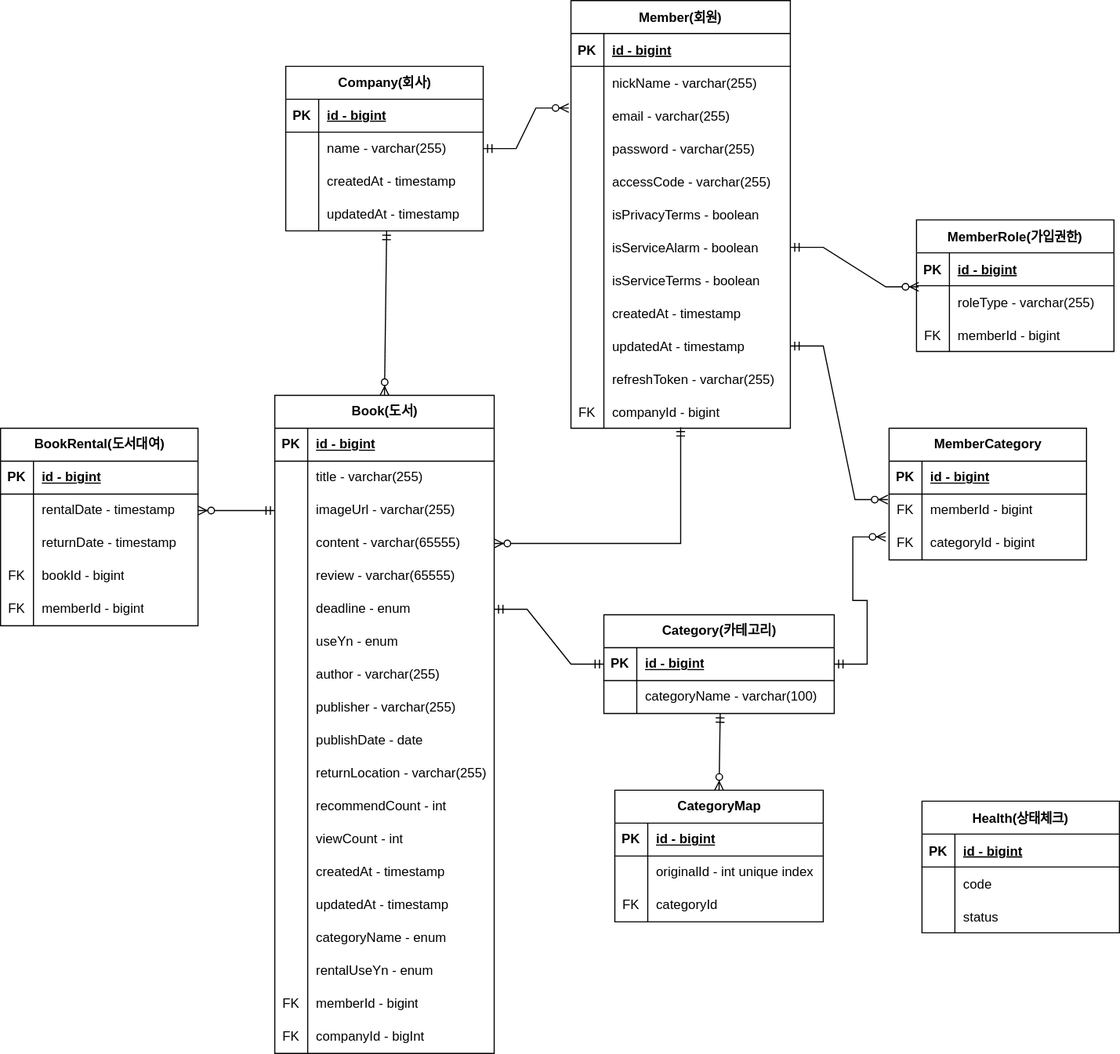
The draw.io diagram document/litarary.drawio.svg in dukki-labs/litarary, before a commit. Source tidied: cells renumbered, new cells last; positions are measured from the earlier drawing's top-left corner, leaving out a move shared by most shapes.
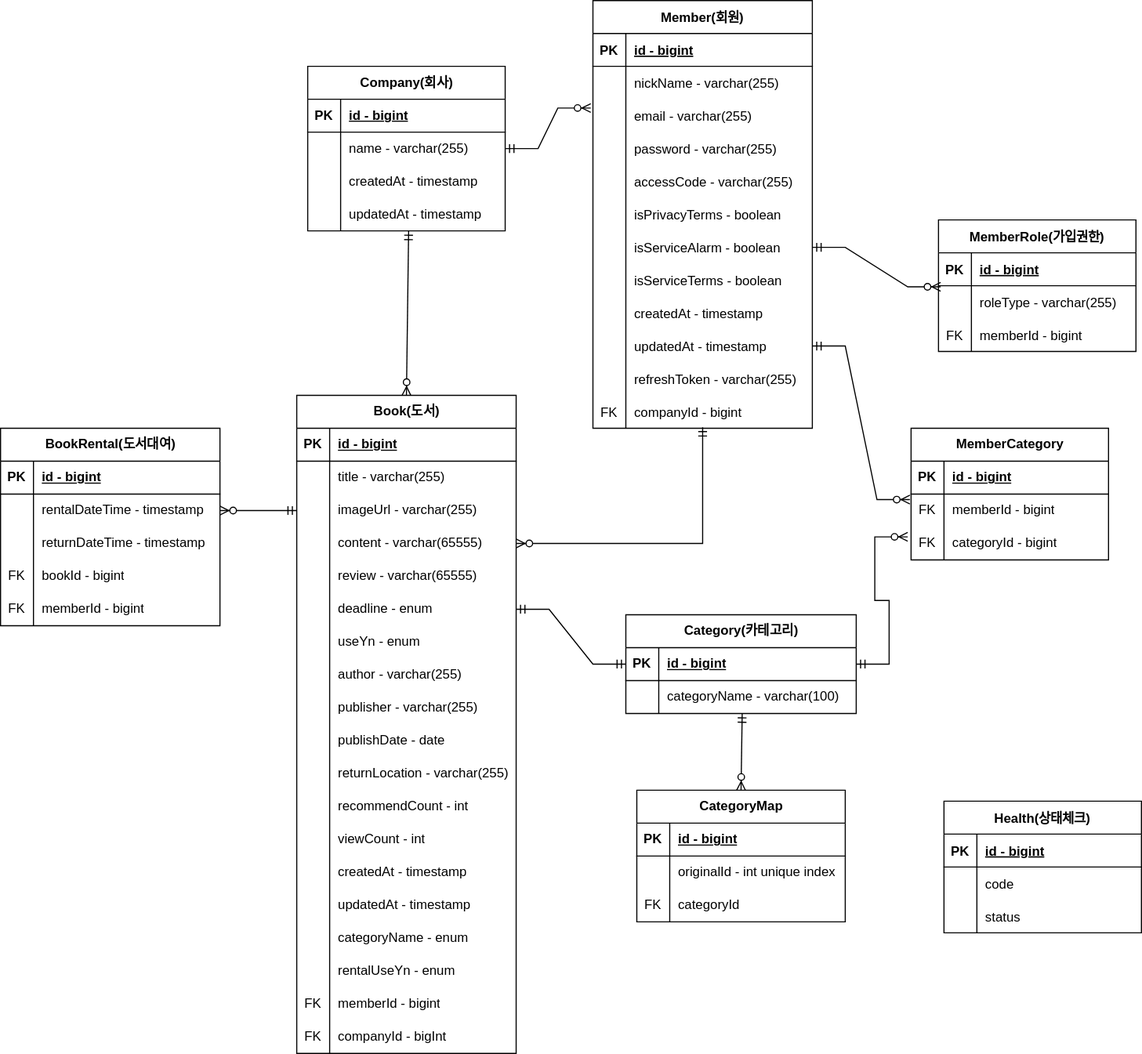
Later version of the same file.

Commit message:
# Conflicts: #	document/litarary.drawio.svg

Change to the diagram source:
```diff
@@ -405,52 +405,52 @@
       <mxGeometry x="30" width="170" height="30" as="geometry" />
     </mxCell>
     <mxCell id="136" value="BookRental(도서대여)" style="shape=table;startSize=30;rowLines=0;fontStyle=1;align=center;html=1;" parent="1" vertex="1">
-      <mxGeometry y="390" width="180" height="180" as="geometry" />
+      <mxGeometry x="-20" y="390" width="200" height="180" as="geometry" />
     </mxCell>
     <mxCell id="137" style="shape=tableRow;horizontal=0;startSize=0;swimlaneHead=0;swimlaneBody=0;fillColor=none;top=0;left=0;right=0;bottom=1;" parent="136" vertex="1">
-      <mxGeometry y="30" width="180" height="30" as="geometry" />
+      <mxGeometry y="30" width="200" height="30" as="geometry" />
     </mxCell>
     <mxCell id="138" value="PK" style="shape=partialRectangle;fillColor=none;top=0;left=0;bottom=0;right=0;fontStyle=1;overflow=hidden;whiteSpace=wrap;html=1;" parent="137" vertex="1">
       <mxGeometry width="30" height="30" as="geometry" />
     </mxCell>
     <mxCell id="139" value="id - bigint" style="shape=partialRectangle;fillColor=none;top=0;left=0;bottom=0;right=0;align=left;spacingLeft=6;fontStyle=5;overflow=hidden;whiteSpace=wrap;html=1;" parent="137" vertex="1">
-      <mxGeometry x="30" width="150" height="30" as="geometry" />
+      <mxGeometry x="30" width="170" height="30" as="geometry" />
     </mxCell>
     <mxCell id="140" style="shape=tableRow;horizontal=0;startSize=0;swimlaneHead=0;swimlaneBody=0;fillColor=none;points=[[0,0.5],[1,0.5]];portConstraint=eastwest;top=0;left=0;right=0;bottom=0;" parent="136" vertex="1">
-      <mxGeometry y="60" width="180" height="30" as="geometry" />
+      <mxGeometry y="60" width="200" height="30" as="geometry" />
     </mxCell>
     <mxCell id="141" style="shape=partialRectangle;fillColor=none;top=0;left=0;bottom=0;right=0;overflow=hidden;whiteSpace=wrap;html=1;" parent="140" vertex="1">
       <mxGeometry width="30" height="30" as="geometry" />
     </mxCell>
-    <mxCell id="142" value="&lt;div&gt;rentalDate - timestamp&lt;/div&gt;" style="shape=partialRectangle;fillColor=none;top=0;left=0;bottom=0;right=0;align=left;spacingLeft=6;overflow=hidden;whiteSpace=wrap;html=1;" parent="140" vertex="1">
-      <mxGeometry x="30" width="150" height="30" as="geometry" />
+    <mxCell id="142" value="&lt;div&gt;rentalDateTime - timestamp&lt;/div&gt;" style="shape=partialRectangle;fillColor=none;top=0;left=0;bottom=0;right=0;align=left;spacingLeft=6;overflow=hidden;whiteSpace=wrap;html=1;" parent="140" vertex="1">
+      <mxGeometry x="30" width="170" height="30" as="geometry" />
     </mxCell>
     <mxCell id="143" style="shape=tableRow;horizontal=0;startSize=0;swimlaneHead=0;swimlaneBody=0;fillColor=none;top=0;left=0;right=0;bottom=0;" parent="136" vertex="1">
-      <mxGeometry y="90" width="180" height="30" as="geometry" />
+      <mxGeometry y="90" width="200" height="30" as="geometry" />
     </mxCell>
     <mxCell id="144" style="shape=partialRectangle;fillColor=none;top=0;left=0;bottom=0;right=0;overflow=hidden;whiteSpace=wrap;html=1;" parent="143" vertex="1">
       <mxGeometry width="30" height="30" as="geometry" />
     </mxCell>
-    <mxCell id="145" value="returnDate - timestamp" style="shape=partialRectangle;fillColor=none;top=0;left=0;bottom=0;right=0;align=left;spacingLeft=6;overflow=hidden;whiteSpace=wrap;html=1;" parent="143" vertex="1">
-      <mxGeometry x="30" width="150" height="30" as="geometry" />
+    <mxCell id="145" value="returnDateTime - timestamp" style="shape=partialRectangle;fillColor=none;top=0;left=0;bottom=0;right=0;align=left;spacingLeft=6;overflow=hidden;whiteSpace=wrap;html=1;" parent="143" vertex="1">
+      <mxGeometry x="30" width="170" height="30" as="geometry" />
     </mxCell>
     <mxCell id="146" style="shape=tableRow;horizontal=0;startSize=0;swimlaneHead=0;swimlaneBody=0;fillColor=none;top=0;left=0;right=0;bottom=0;" parent="136" vertex="1">
-      <mxGeometry y="120" width="180" height="30" as="geometry" />
+      <mxGeometry y="120" width="200" height="30" as="geometry" />
     </mxCell>
     <mxCell id="147" value="FK" style="shape=partialRectangle;fillColor=none;top=0;left=0;bottom=0;right=0;overflow=hidden;whiteSpace=wrap;html=1;" parent="146" vertex="1">
       <mxGeometry width="30" height="30" as="geometry" />
     </mxCell>
     <mxCell id="148" value="bookId - bigint" style="shape=partialRectangle;fillColor=none;top=0;left=0;bottom=0;right=0;align=left;spacingLeft=6;overflow=hidden;whiteSpace=wrap;html=1;" parent="146" vertex="1">
-      <mxGeometry x="30" width="150" height="30" as="geometry" />
+      <mxGeometry x="30" width="170" height="30" as="geometry" />
     </mxCell>
     <mxCell id="149" style="shape=tableRow;horizontal=0;startSize=0;swimlaneHead=0;swimlaneBody=0;fillColor=none;top=0;left=0;right=0;bottom=0;" parent="136" vertex="1">
-      <mxGeometry y="150" width="180" height="30" as="geometry" />
+      <mxGeometry y="150" width="200" height="30" as="geometry" />
     </mxCell>
     <mxCell id="150" value="FK" style="shape=partialRectangle;fillColor=none;top=0;left=0;bottom=0;right=0;overflow=hidden;whiteSpace=wrap;html=1;" parent="149" vertex="1">
       <mxGeometry width="30" height="30" as="geometry" />
     </mxCell>
     <mxCell id="151" value="memberId - bigint" style="shape=partialRectangle;fillColor=none;top=0;left=0;bottom=0;right=0;align=left;spacingLeft=6;overflow=hidden;whiteSpace=wrap;html=1;" parent="149" vertex="1">
-      <mxGeometry x="30" width="150" height="30" as="geometry" />
+      <mxGeometry x="30" width="170" height="30" as="geometry" />
     </mxCell>
     <mxCell id="152" style="fontSize=12;html=1;endArrow=ERzeroToMany;startArrow=ERmandOne;rounded=0;entryX=1;entryY=0.5;entryDx=0;entryDy=0;exitX=0;exitY=0.5;exitDx=0;exitDy=0;" parent="1" edge="1" source="85" target="140">
       <mxGeometry relative="1" as="geometry" />
```
